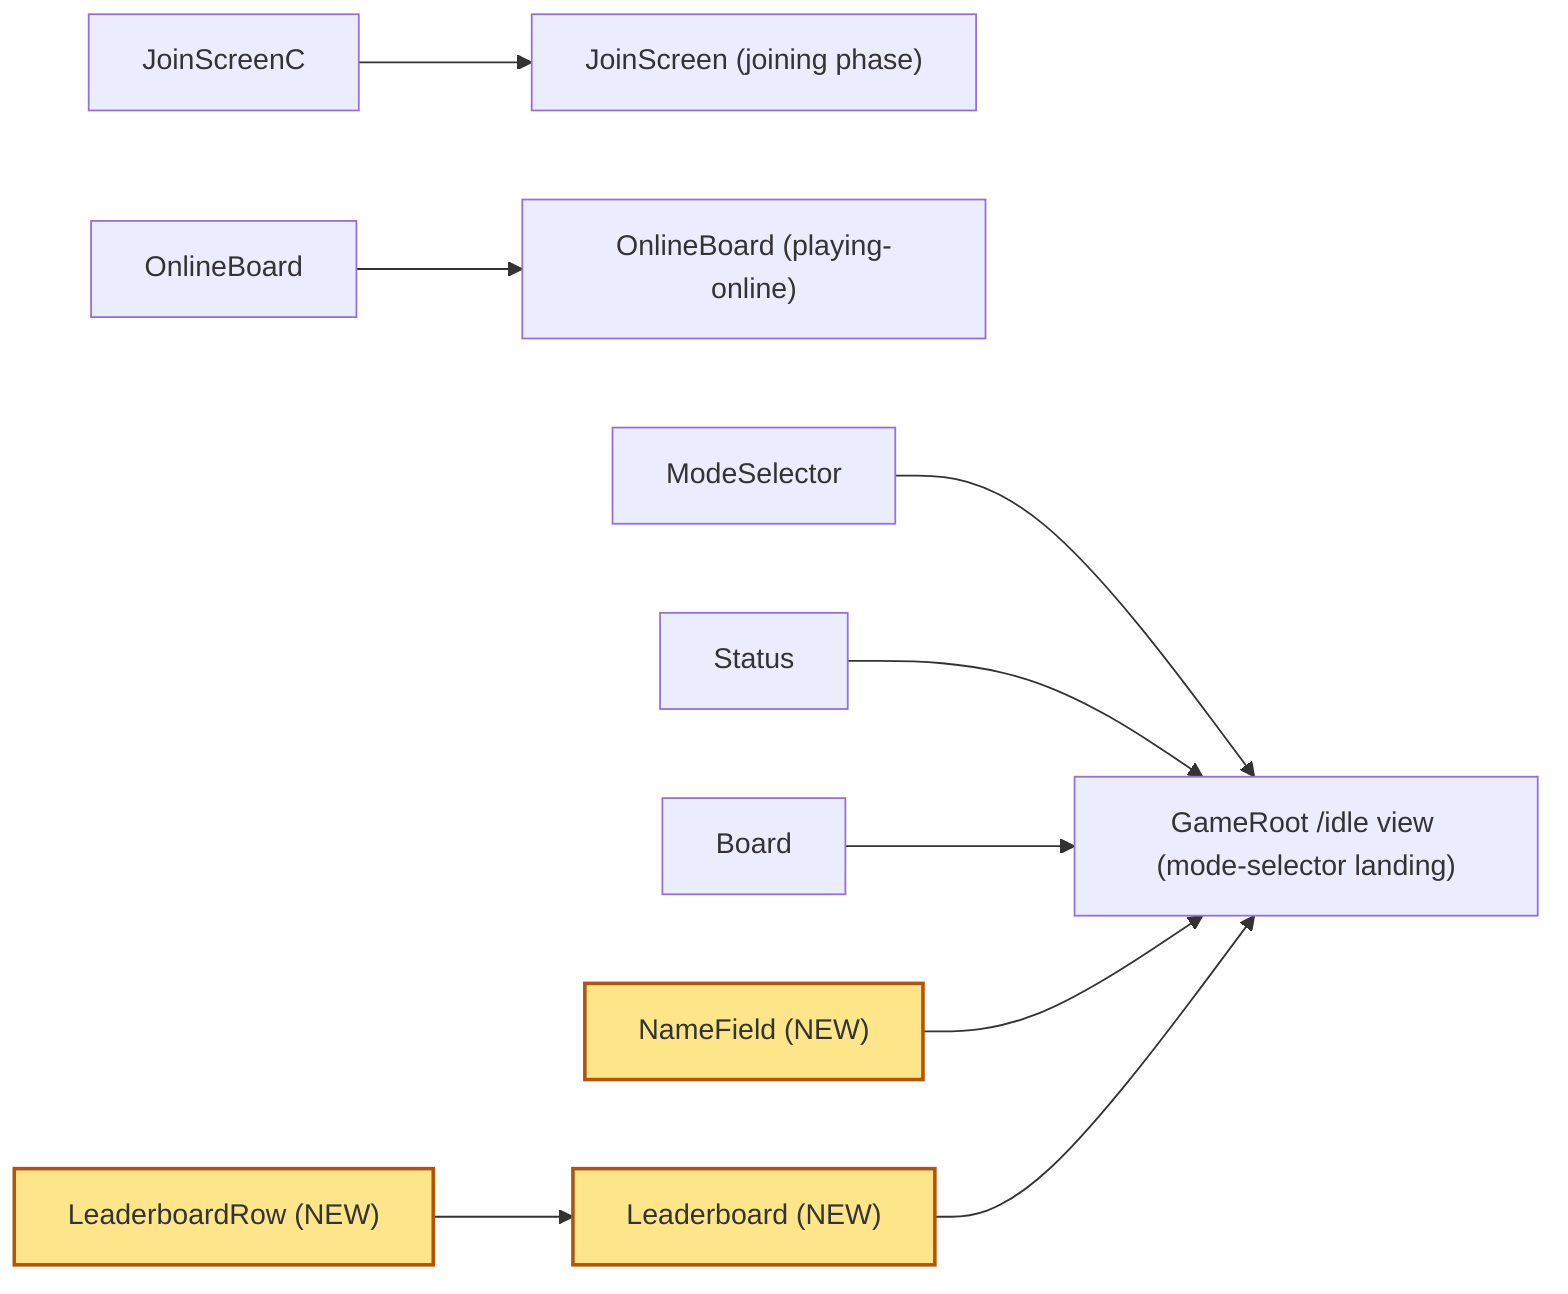
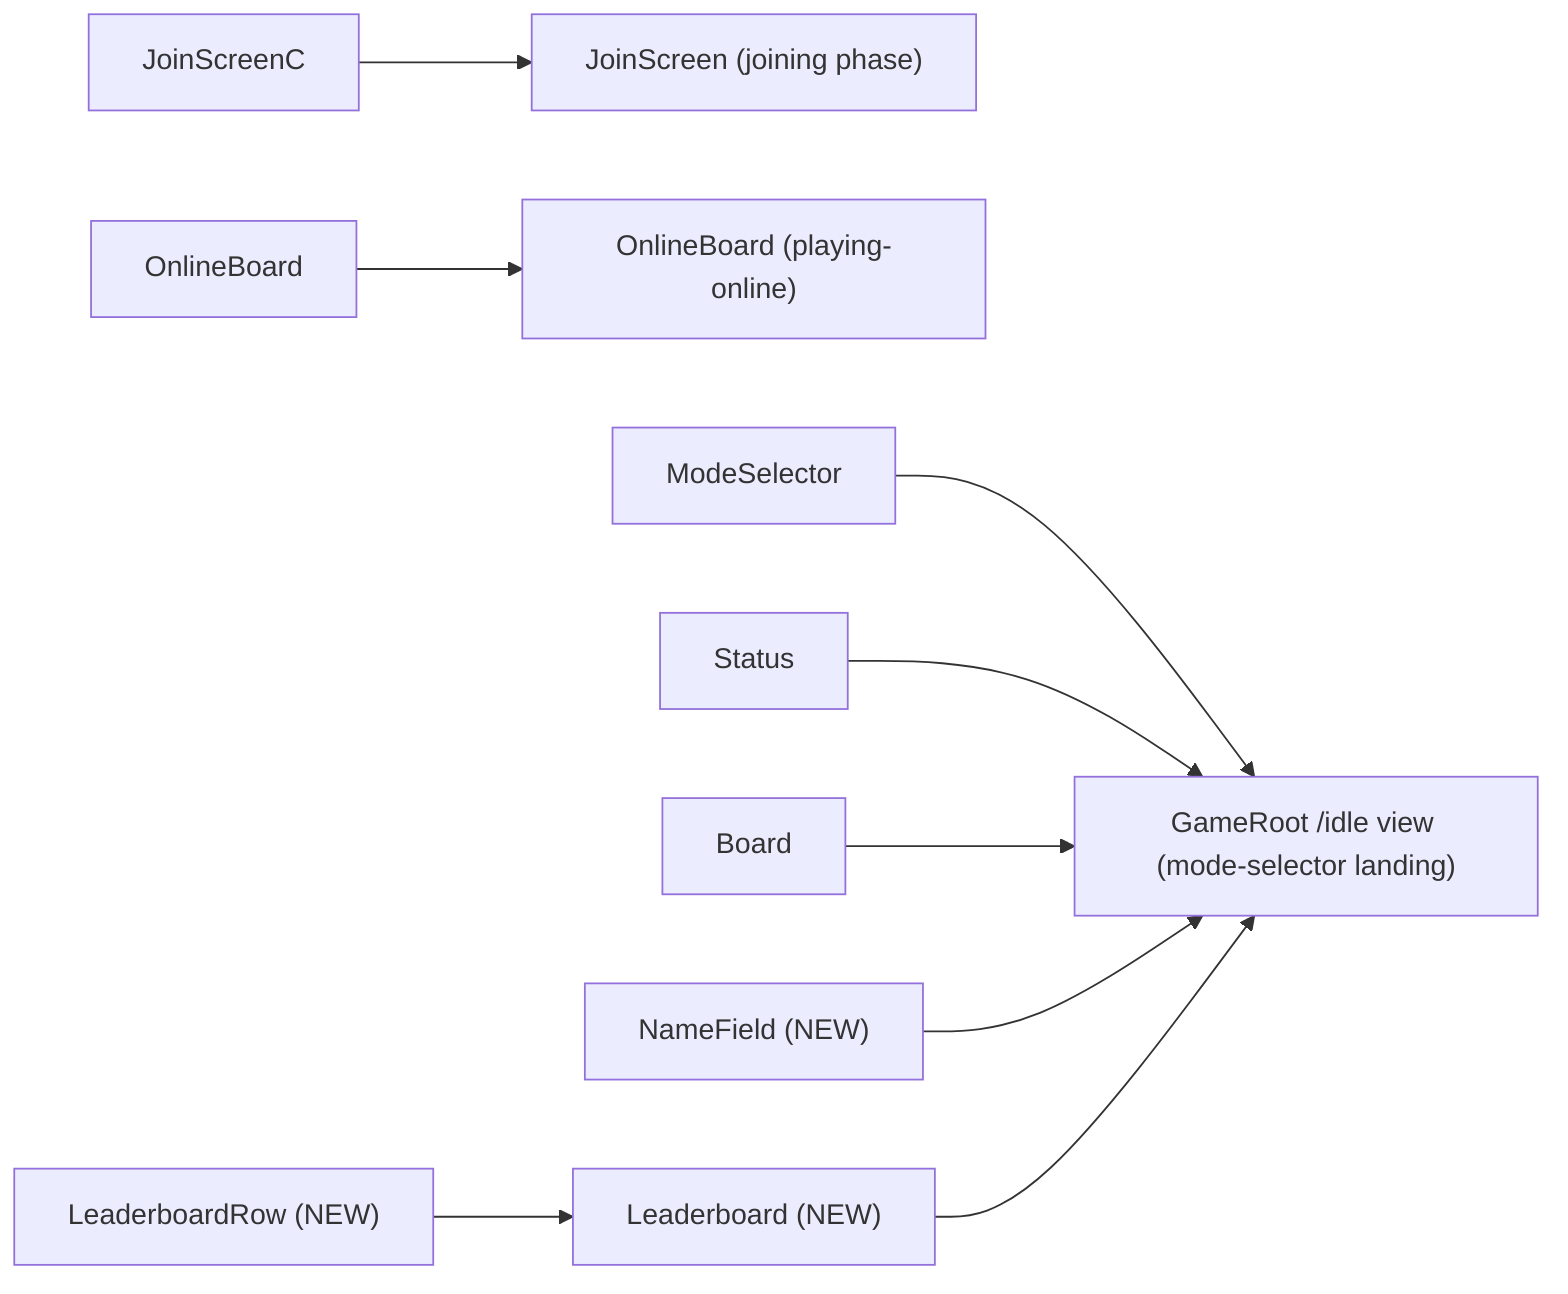
%% UI change-impact map — oxo-online
%% Nodes: design-system components.  Edges: "used by" -> the surface/route.
%% Seeded at s009 (ui-designer, iter 14). Nodes/edges added or changed by the
%% current slice carry classDef `changed` — the tester consumes these marks for
%% the UI test plan; the ui-designer clears them at slice delivery.
graph LR
  %% --- surfaces ---
  idleView["GameRoot /idle view (mode-selector landing)"]
  joining["JoinScreen (joining phase)"]
  playing["OnlineBoard (playing-online)"]

  %% --- existing components ---
  ModeSelector --> idleView
  Status --> idleView
  Board --> idleView
  JoinScreenC --> joining
  OnlineBoard --> playing

  %% --- s009 NEW components ---
  NameField["NameField (NEW)"] --> idleView
  Leaderboard["Leaderboard (NEW)"] --> idleView
  LeaderboardRow["LeaderboardRow (NEW)"] --> Leaderboard

-   classDef changed fill:#fde68a,stroke:#b45309,stroke-width:2px;
-   class NameField,Leaderboard,LeaderboardRow changed;
+   classDef changed fill:#e8f4e8,stroke:#2e7d32,stroke-width:2px;
+   %% s009 changed marks CLEARED (2026-06-08 — tester consumed, UC5 in-prod validation PASS, C5 MET)
+   %% NameField, Leaderboard, LeaderboardRow — all delivered/stable. SM-1 PASS.
